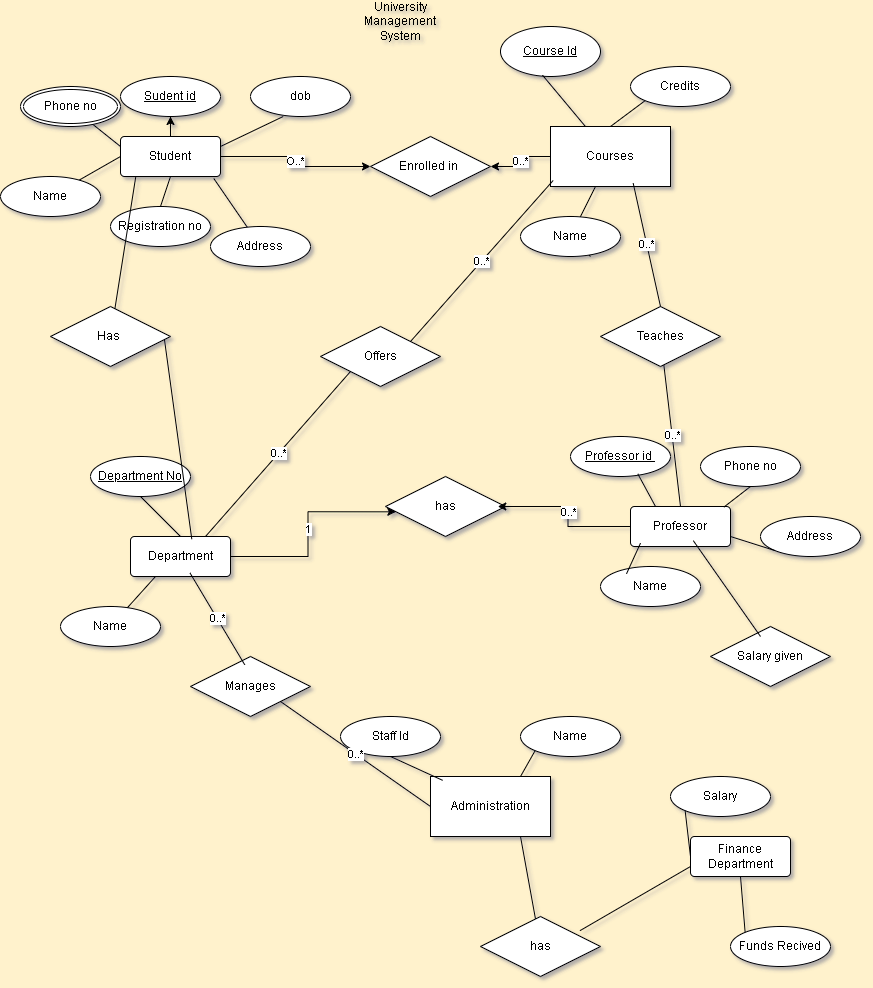
Before: Untitled Diagram.drawio.png, a diagram exported from draw.io (Akansha2004pandey/draw.io). Source tidied: cells renumbered, new cells last; positions are measured from the earlier drawing's top-left corner, leaving out a move shared by most shapes.
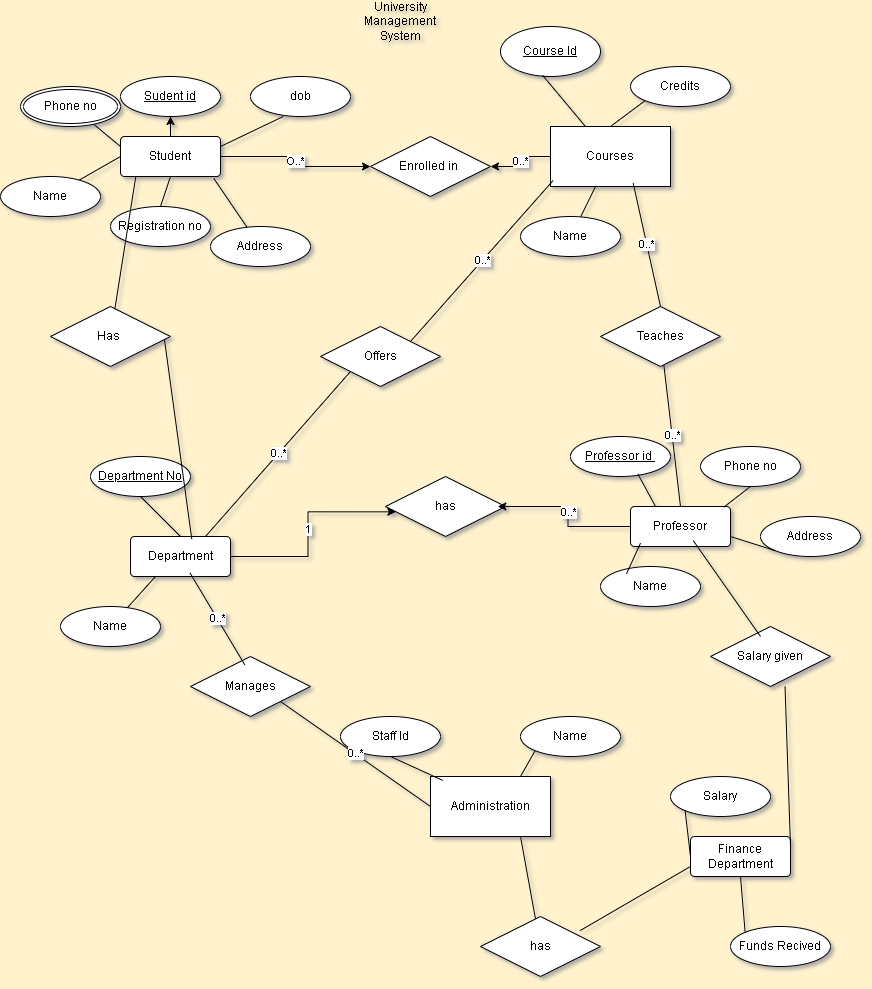
Above is the later version.

What changed in the source:
```diff
@@ -228,5 +228,8 @@
         <mxPoint x="760" y="630" as="sourcePoint" />
       </mxGeometry>
     </mxCell>
+    <mxCell id="74" style="endArrow=none;html=1;rounded=0;entryX=0.621;entryY=1;entryDx=0;entryDy=0;entryPerimeter=0;exitX=1;exitY=0.25;exitDx=0;exitDy=0;" parent="1" edge="1" source="64" target="72">
+      <mxGeometry relative="1" as="geometry" />
+    </mxCell>
   </root>
 </mxGraphModel>
```
